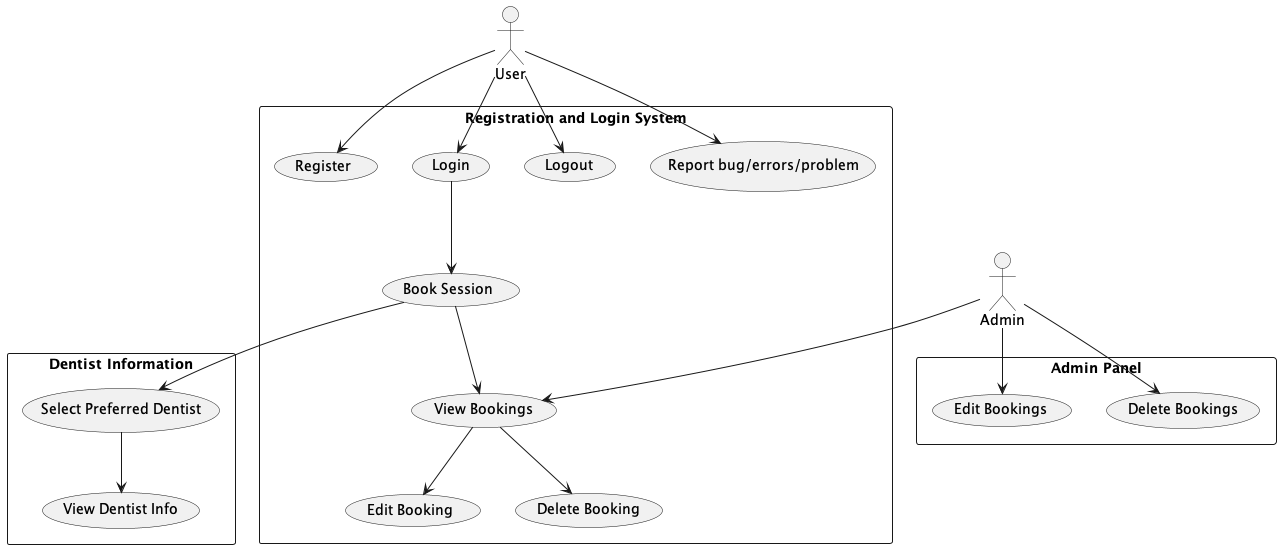
Above: plantuml/usecase-diagram.png in PatMSK/SWdevprac-project (PlantUML), before the change.
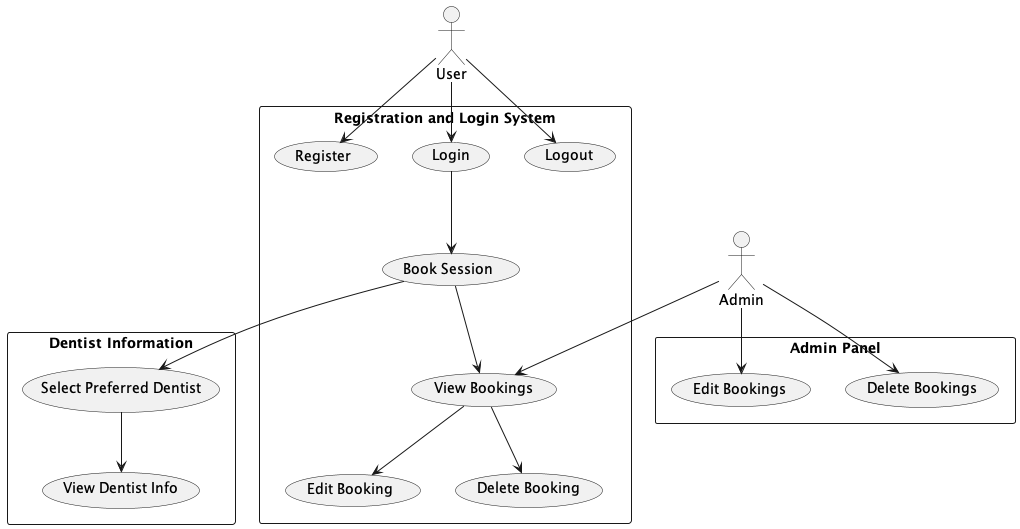
The same diagram one commit later.

The edit, as a diff of the source:
```diff
@@ -11,7 +11,6 @@
   (Book Session) --> (View Bookings)
   (View Bookings) --> (Edit Booking)
   (View Bookings) --> (Delete Booking)
-  User --> (Report bug/errors/problem)
 }
 
 rectangle "Admin Panel" {
```
